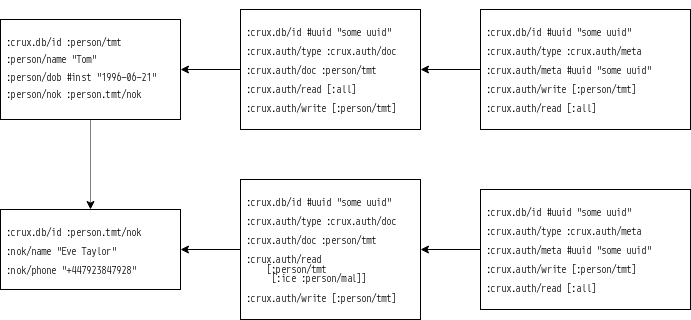
refset/xtdb keeps this draw.io diagram as crux-auth/resources/crux-auth.png. Above is the earlier version. Source tidied: cells renumbered, new cells last; positions are measured from the earlier drawing's top-left corner, leaving out a move shared by most shapes.
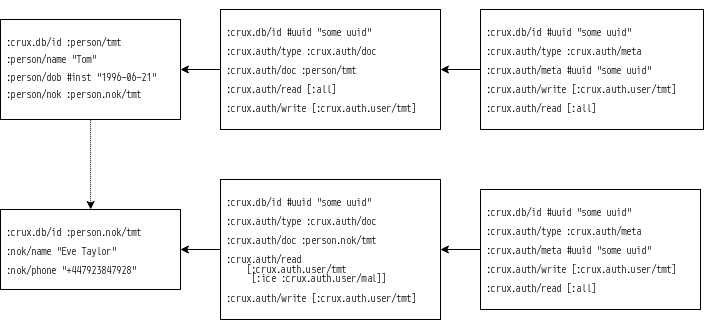
After the commit.

Change to the diagram source:
```diff
@@ -5,35 +5,35 @@
     <mxCell id="2" style="edgeStyle=orthogonalEdgeStyle;rounded=0;jettySize=auto;html=1;exitX=0.5;exitY=1;exitDx=0;exitDy=0;entryX=0.5;entryY=0;entryDx=0;entryDy=0;dashed=1;dashPattern=1 1;" parent="1" edge="1" source="3" target="4">
       <mxGeometry relative="1" as="geometry" />
     </mxCell>
-    <mxCell id="3" value="&lt;div style=&quot;font-size: 8px&quot;&gt;&lt;pre&gt;&lt;font style=&quot;font-size: 8px&quot;&gt;&lt;br&gt;&lt;br&gt;:crux.db/id :person/tmt&lt;/font&gt;&lt;/pre&gt;&lt;/div&gt;&lt;div style=&quot;font-size: 8px&quot;&gt;&lt;pre&gt;&lt;font style=&quot;font-size: 8px&quot;&gt;:person/name &quot;Tom&quot;&lt;/font&gt;&lt;/pre&gt;&lt;/div&gt;&lt;div style=&quot;font-size: 8px&quot;&gt;&lt;pre&gt;&lt;font style=&quot;font-size: 8px&quot;&gt;:person/dob #inst &quot;1996-06-21&quot;&lt;/font&gt;&lt;/pre&gt;&lt;/div&gt;&lt;div style=&quot;font-size: 8px&quot;&gt;&lt;pre&gt;&lt;font style=&quot;font-size: 8px&quot;&gt;:person/nok :person.tmt/nok&lt;/font&gt;&lt;/pre&gt;&lt;/div&gt;" style="text;html=1;spacing=5;spacingTop=-20;whiteSpace=wrap;overflow=hidden;rounded=0;strokeColor=#000000;fillColor=#ffffff;" parent="1" vertex="1">
+    <mxCell id="3" value="&lt;div style=&quot;font-size: 8px&quot;&gt;&lt;pre&gt;&lt;font style=&quot;font-size: 8px&quot;&gt;&lt;br&gt;&lt;br&gt;:crux.db/id :person/tmt&lt;/font&gt;&lt;/pre&gt;&lt;/div&gt;&lt;div style=&quot;font-size: 8px&quot;&gt;&lt;pre&gt;&lt;font style=&quot;font-size: 8px&quot;&gt;:person/name &quot;Tom&quot;&lt;/font&gt;&lt;/pre&gt;&lt;/div&gt;&lt;div style=&quot;font-size: 8px&quot;&gt;&lt;pre&gt;&lt;font style=&quot;font-size: 8px&quot;&gt;:person/dob #inst &quot;1996-06-21&quot;&lt;/font&gt;&lt;/pre&gt;&lt;/div&gt;&lt;div style=&quot;font-size: 8px&quot;&gt;&lt;pre&gt;&lt;font style=&quot;font-size: 8px&quot;&gt;:person/nok :person.nok/tmt&lt;/font&gt;&lt;/pre&gt;&lt;/div&gt;" style="text;html=1;spacing=5;spacingTop=-20;whiteSpace=wrap;overflow=hidden;rounded=0;strokeColor=#000000;fillColor=#ffffff;" parent="1" vertex="1">
       <mxGeometry y="10" width="180" height="100" as="geometry" />
     </mxCell>
-    <mxCell id="4" value="&lt;div style=&quot;font-size: 8px&quot;&gt;&lt;pre&gt;&lt;font style=&quot;font-size: 8px&quot;&gt;&lt;br&gt;&lt;br&gt;:crux.db/id :person.tmt/nok&lt;br&gt;&lt;br&gt;:nok/name &quot;Eve Taylor&quot;&lt;br&gt;&lt;br&gt;:nok/phone &quot;+447923847928&quot;&lt;br&gt;&lt;/font&gt;&lt;/pre&gt;&lt;/div&gt;" style="text;html=1;spacing=5;spacingTop=-20;whiteSpace=wrap;overflow=hidden;rounded=0;strokeColor=#000000;fillColor=#ffffff;" parent="1" vertex="1">
+    <mxCell id="4" value="&lt;div style=&quot;font-size: 8px&quot;&gt;&lt;pre&gt;&lt;font style=&quot;font-size: 8px&quot;&gt;&lt;br&gt;&lt;br&gt;:crux.db/id :person.nok/tmt&lt;br&gt;&lt;br&gt;:nok/name &quot;Eve Taylor&quot;&lt;br&gt;&lt;br&gt;:nok/phone &quot;+447923847928&quot;&lt;br&gt;&lt;/font&gt;&lt;/pre&gt;&lt;/div&gt;" style="text;html=1;spacing=5;spacingTop=-20;whiteSpace=wrap;overflow=hidden;rounded=0;strokeColor=#000000;fillColor=#ffffff;" parent="1" vertex="1">
       <mxGeometry y="200" width="180" height="80" as="geometry" />
     </mxCell>
     <mxCell id="5" style="edgeStyle=orthogonalEdgeStyle;rounded=0;jettySize=auto;html=1;exitX=0;exitY=0.5;exitDx=0;exitDy=0;entryX=1;entryY=0.5;entryDx=0;entryDy=0;" parent="1" edge="1" source="6" target="3">
       <mxGeometry relative="1" as="geometry" />
     </mxCell>
-    <mxCell id="6" value="&lt;div style=&quot;font-size: 8px&quot;&gt;&lt;pre&gt;&lt;font style=&quot;font-size: 8px&quot;&gt;&lt;br&gt;&lt;br&gt;:crux.db/id #uuid &quot;some uuid&quot;&lt;br&gt;&lt;br&gt;:crux.auth/type :crux.auth/doc&lt;br&gt;&lt;br&gt;:crux.auth/doc :person/tmt&lt;br&gt;&lt;br&gt;:crux.auth/read [:all]&lt;br&gt;&lt;br&gt;:crux.auth/write [:person/tmt]&lt;br&gt;&lt;/font&gt;&lt;/pre&gt;&lt;/div&gt;" style="text;html=1;spacing=5;spacingTop=-20;whiteSpace=wrap;overflow=hidden;rounded=0;strokeColor=#000000;fillColor=#ffffff;" parent="1" vertex="1">
-      <mxGeometry x="240" width="180" height="120" as="geometry" />
+    <mxCell id="6" value="&lt;div style=&quot;font-size: 8px&quot;&gt;&lt;pre&gt;&lt;font style=&quot;font-size: 8px&quot;&gt;&lt;br&gt;&lt;br&gt;:crux.db/id #uuid &quot;some uuid&quot;&lt;br&gt;&lt;br&gt;:crux.auth/type :crux.auth/doc&lt;br&gt;&lt;br&gt;:crux.auth/doc :person/tmt&lt;br&gt;&lt;br&gt;:crux.auth/read [:all]&lt;br&gt;&lt;br&gt;:crux.auth/write [:crux.auth.user/tmt]&lt;br&gt;&lt;/font&gt;&lt;/pre&gt;&lt;/div&gt;" style="text;html=1;spacing=5;spacingTop=-20;whiteSpace=wrap;overflow=hidden;rounded=0;strokeColor=#000000;fillColor=#ffffff;" parent="1" vertex="1">
+      <mxGeometry x="220" width="220" height="120" as="geometry" />
     </mxCell>
     <mxCell id="7" style="edgeStyle=orthogonalEdgeStyle;rounded=0;jettySize=auto;html=1;exitX=0;exitY=0.5;exitDx=0;exitDy=0;entryX=1;entryY=0.5;entryDx=0;entryDy=0;" parent="1" edge="1" source="8" target="4">
       <mxGeometry relative="1" as="geometry" />
     </mxCell>
-    <mxCell id="8" value="&lt;div style=&quot;font-size: 8px&quot;&gt;&lt;pre&gt;&lt;font style=&quot;font-size: 8px&quot;&gt;&lt;br&gt;&lt;br&gt;:crux.db/id #uuid &quot;some uuid&quot;&lt;br&gt;&lt;br&gt;:crux.auth/type :crux.auth/doc&lt;br&gt;&lt;br&gt;:crux.auth/doc :person/tmt&lt;br&gt;&lt;br&gt;:crux.auth/read&lt;br&gt;    [:person/tmt&lt;br&gt;     [:ice :person/mal]]&lt;br&gt;&lt;br&gt;:crux.auth/write [:person/tmt]&lt;br&gt;&lt;/font&gt;&lt;/pre&gt;&lt;/div&gt;" style="text;html=1;spacing=5;spacingTop=-20;whiteSpace=wrap;overflow=hidden;rounded=0;strokeColor=#000000;fillColor=#ffffff;" parent="1" vertex="1">
-      <mxGeometry x="240" y="170" width="180" height="140" as="geometry" />
+    <mxCell id="8" value="&lt;div style=&quot;font-size: 8px&quot;&gt;&lt;pre&gt;&lt;font style=&quot;font-size: 8px&quot;&gt;&lt;br&gt;&lt;br&gt;:crux.db/id #uuid &quot;some uuid&quot;&lt;br&gt;&lt;br&gt;:crux.auth/type :crux.auth/doc&lt;br&gt;&lt;br&gt;:crux.auth/doc :person.nok/tmt&lt;br&gt;&lt;br&gt;:crux.auth/read&lt;br&gt;    [:crux.auth.user/tmt&lt;br&gt;     [:ice :crux.auth.user/mal]]&lt;br&gt;&lt;br&gt;:crux.auth/write [:crux.auth.user/tmt]&lt;br&gt;&lt;/font&gt;&lt;/pre&gt;&lt;/div&gt;" style="text;html=1;spacing=5;spacingTop=-20;whiteSpace=wrap;overflow=hidden;rounded=0;strokeColor=#000000;fillColor=#ffffff;" parent="1" vertex="1">
+      <mxGeometry x="220" y="170" width="220" height="140" as="geometry" />
     </mxCell>
     <mxCell id="9" style="edgeStyle=orthogonalEdgeStyle;rounded=0;jettySize=auto;html=1;exitX=0;exitY=0.5;exitDx=0;exitDy=0;entryX=1;entryY=0.5;entryDx=0;entryDy=0;" parent="1" edge="1" source="10" target="6">
       <mxGeometry relative="1" as="geometry" />
     </mxCell>
-    <mxCell id="10" value="&lt;div style=&quot;font-size: 8px&quot;&gt;&lt;pre&gt;&lt;font style=&quot;font-size: 8px&quot;&gt;&lt;br&gt;&lt;br&gt;:crux.db/id #uuid &quot;some uuid&quot;&lt;br&gt;&lt;br&gt;:crux.auth/type :crux.auth/meta&lt;br&gt;&lt;br&gt;:crux.auth/meta #uuid &quot;some uuid&quot;&lt;br&gt;&lt;br&gt;:crux.auth/write [:person/tmt]&lt;br&gt;&lt;br&gt;:crux.auth/read [:all]&lt;br&gt;&lt;/font&gt;&lt;/pre&gt;&lt;/div&gt;" style="text;html=1;spacing=5;spacingTop=-20;whiteSpace=wrap;overflow=hidden;rounded=0;strokeColor=#000000;fillColor=#ffffff;" parent="1" vertex="1">
-      <mxGeometry x="480" width="210" height="120" as="geometry" />
+    <mxCell id="10" value="&lt;div style=&quot;font-size: 8px&quot;&gt;&lt;pre&gt;&lt;font style=&quot;font-size: 8px&quot;&gt;&lt;br&gt;&lt;br&gt;:crux.db/id #uuid &quot;some uuid&quot;&lt;br&gt;&lt;br&gt;:crux.auth/type :crux.auth/meta&lt;br&gt;&lt;br&gt;:crux.auth/meta #uuid &quot;some uuid&quot;&lt;br&gt;&lt;br&gt;:crux.auth/write [:crux.auth.user/tmt]&lt;br&gt;&lt;br&gt;:crux.auth/read [:all]&lt;br&gt;&lt;/font&gt;&lt;/pre&gt;&lt;/div&gt;" style="text;html=1;spacing=5;spacingTop=-20;whiteSpace=wrap;overflow=hidden;rounded=0;strokeColor=#000000;fillColor=#ffffff;" parent="1" vertex="1">
+      <mxGeometry x="480" width="223" height="120" as="geometry" />
     </mxCell>
     <mxCell id="11" style="edgeStyle=orthogonalEdgeStyle;rounded=0;jettySize=auto;html=1;exitX=0;exitY=0.5;exitDx=0;exitDy=0;entryX=1;entryY=0.5;entryDx=0;entryDy=0;" parent="1" edge="1" source="12" target="8">
       <mxGeometry relative="1" as="geometry" />
     </mxCell>
-    <mxCell id="12" value="&lt;div style=&quot;font-size: 8px&quot;&gt;&lt;pre&gt;&lt;font style=&quot;font-size: 8px&quot;&gt;&lt;br&gt;&lt;br&gt;:crux.db/id #uuid &quot;some uuid&quot;&lt;br&gt;&lt;br&gt;:crux.auth/type :crux.auth/meta&lt;br&gt;&lt;br&gt;:crux.auth/meta #uuid &quot;some uuid&quot;&lt;br&gt;&lt;br&gt;:crux.auth/write [:person/tmt]&lt;br&gt;&lt;br&gt;:crux.auth/read [:all]&lt;br&gt;&lt;/font&gt;&lt;/pre&gt;&lt;/div&gt;" style="text;html=1;spacing=5;spacingTop=-20;whiteSpace=wrap;overflow=hidden;rounded=0;strokeColor=#000000;fillColor=#ffffff;" parent="1" vertex="1">
-      <mxGeometry x="480" y="180" width="210" height="120" as="geometry" />
+    <mxCell id="12" value="&lt;div style=&quot;font-size: 8px&quot;&gt;&lt;pre&gt;&lt;font style=&quot;font-size: 8px&quot;&gt;&lt;br&gt;&lt;br&gt;:crux.db/id #uuid &quot;some uuid&quot;&lt;br&gt;&lt;br&gt;:crux.auth/type :crux.auth/meta&lt;br&gt;&lt;br&gt;:crux.auth/meta #uuid &quot;some uuid&quot;&lt;br&gt;&lt;br&gt;:crux.auth/write [:crux.auth.user/tmt]&lt;br&gt;&lt;br&gt;:crux.auth/read [:all]&lt;br&gt;&lt;/font&gt;&lt;/pre&gt;&lt;/div&gt;" style="text;html=1;spacing=5;spacingTop=-20;whiteSpace=wrap;overflow=hidden;rounded=0;strokeColor=#000000;fillColor=#ffffff;" parent="1" vertex="1">
+      <mxGeometry x="480" y="180" width="220" height="120" as="geometry" />
     </mxCell>
   </root>
 </mxGraphModel>
```
